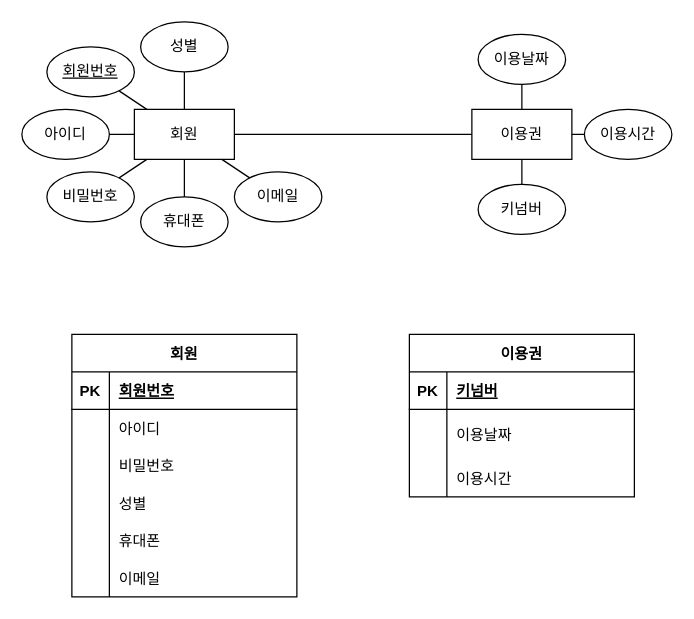
This is jstudy/src/db/제목 없는 다이어그램.drawio from woo00/java, a draw.io file, before an edit. Source tidied: cells renumbered, new cells numbered last; positions are measured from the earlier drawing's top-left corner, leaving out a move shared by most shapes. Both pictures are drawn from the tidied source at 125%, with x=0, y=0 at pixel (21, 21).
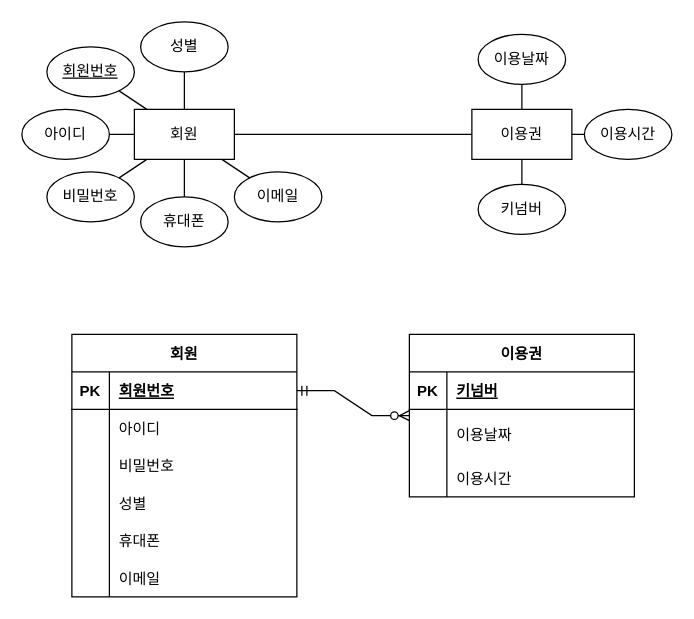
The same diagram, later.

The change refers to these unchanged cells:
```xml
<mxCell id="24" style="shape=tableRow;horizontal=0;startSize=0;swimlaneHead=0;swimlaneBody=0;fillColor=none;points=[[0,0.5],[1,0.5]];portConstraint=eastwest;top=0;left=0;right=0;bottom=1;" parent="23" vertex="1">
  <mxGeometry y="30" width="180" height="30" as="geometry" />
</mxCell>
<mxCell id="42" value="이용권" style="shape=table;startSize=30;childLayout=tableLayout;rowLines=0;fontStyle=1;align=center;" parent="1" vertex="1">
  <mxGeometry x="310" y="250" width="180" height="130" as="geometry" />
</mxCell>
```

The edit, as a diff of the source:
```diff
@@
+    <mxCell id="52" style="edgeStyle=entityRelationEdgeStyle;fontSize=12;html=1;endArrow=ERzeroToMany;endFill=1;rounded=0;exitX=1;exitY=0.5;exitDx=0;exitDy=0;startArrow=ERmandOne;startFill=0;" parent="1" edge="1" source="24" target="42">
+      <mxGeometry relative="1" as="geometry" />
+    </mxCell>
```
